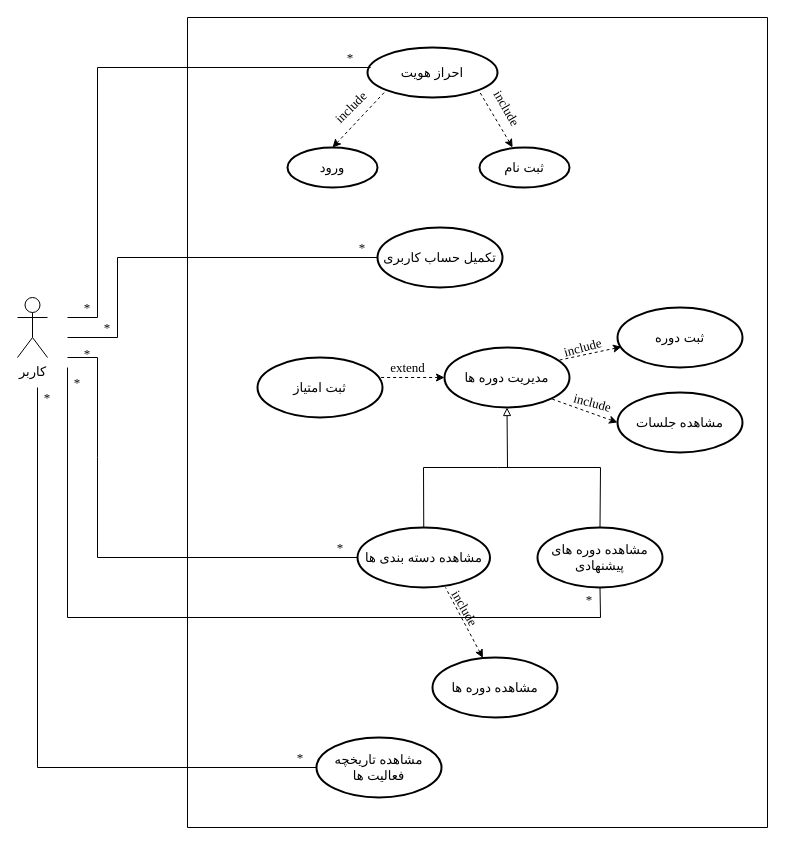
Earlier version of the draw.io diagram Docs./Usecase.drawio (ShadiMe-flutter/Workout). Source tidied: cells renumbered, new cells numbered last; positions are measured from the earlier drawing's top-left corner, leaving out a move shared by most shapes. Both pictures are drawn from the tidied source at 100%, with x=0, y=0 at pixel (17, 17).
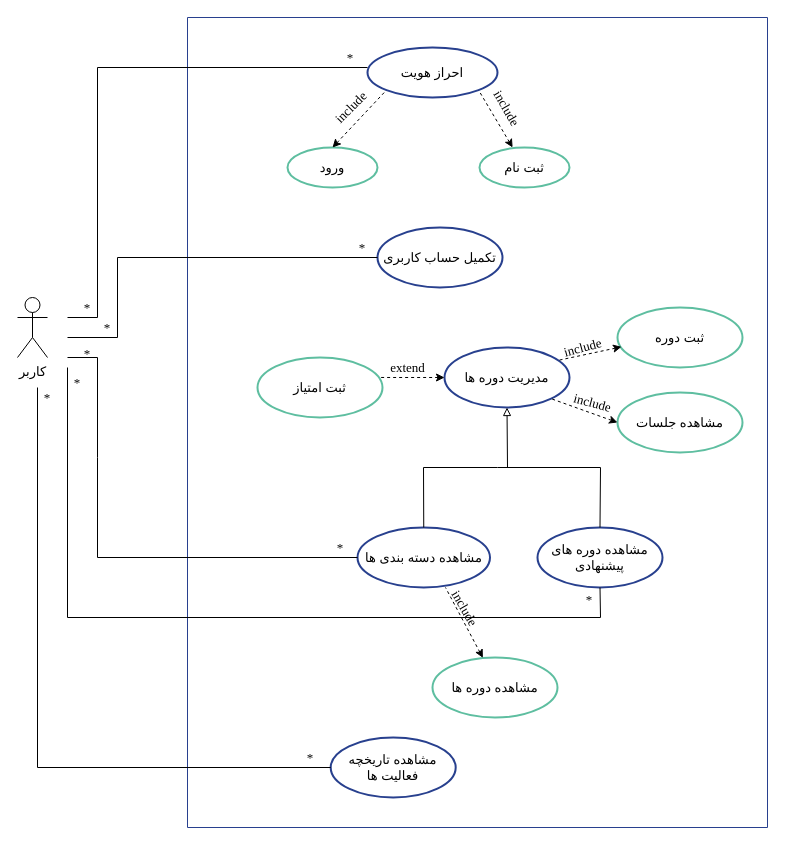
After the change.

The change refers to these unchanged cells:
```xml
<mxCell id="13" value="&lt;font style=&quot;font-size: 13px&quot; face=&quot;Times New Roman&quot;&gt;*&lt;/font&gt;" style="text;html=1;strokeColor=none;fillColor=none;align=center;verticalAlign=middle;whiteSpace=wrap;rounded=0;" parent="1" vertex="1">
  <mxGeometry x="313.2" y="30" width="40" height="20" as="geometry" />
</mxCell>
<mxCell id="14" value="&lt;font style=&quot;font-size: 13px&quot; face=&quot;Times New Roman&quot;&gt;*&lt;/font&gt;" style="text;html=1;strokeColor=none;fillColor=none;align=center;verticalAlign=middle;whiteSpace=wrap;rounded=0;" parent="1" vertex="1">
  <mxGeometry x="50" y="280" width="40" height="20" as="geometry" />
</mxCell>
```

Diff of the diagram source:
```diff
@@
-    <mxCell id="3" style="verticalLabelPosition=bottom;verticalAlign=top;html=1;shape=mxgraph.basic.rect;fillColor2=none;strokeWidth=1;size=20;indent=5;direction=south;" parent="1" vertex="1">
+    <mxCell id="3" style="verticalLabelPosition=bottom;verticalAlign=top;html=1;shape=mxgraph.basic.rect;fillColor2=none;strokeWidth=1;size=20;indent=5;direction=south;strokeColor=#28408E;" parent="1" vertex="1">
       <mxGeometry x="170" width="580" height="810" as="geometry" />
     </mxCell>
-    <mxCell id="4" value="&lt;font face=&quot;B Zar&quot; style=&quot;font-size: 13px&quot;&gt;احراز هویت&lt;/font&gt;" style="strokeWidth=2;html=1;shape=mxgraph.flowchart.start_1;whiteSpace=wrap;fillColor=#FFFFFF;" parent="1" vertex="1">
+    <mxCell id="4" value="&lt;font face=&quot;B Zar&quot; style=&quot;font-size: 13px&quot;&gt;احراز هویت&lt;/font&gt;" style="strokeWidth=2;html=1;shape=mxgraph.flowchart.start_1;whiteSpace=wrap;fillColor=#FFFFFF;strokeColor=#28408E;" parent="1" vertex="1">
       <mxGeometry x="350" y="30" width="130" height="50" as="geometry" />
     </mxCell>
-    <mxCell id="5" value="&lt;font face=&quot;B Zar&quot; style=&quot;font-size: 13px&quot;&gt;ورود&lt;/font&gt;" style="strokeWidth=2;html=1;shape=mxgraph.flowchart.start_1;whiteSpace=wrap;" parent="1" vertex="1">
+    <mxCell id="5" value="&lt;font face=&quot;B Zar&quot; style=&quot;font-size: 13px&quot;&gt;ورود&lt;/font&gt;" style="strokeWidth=2;html=1;shape=mxgraph.flowchart.start_1;whiteSpace=wrap;strokeColor=#5EBEA0;" parent="1" vertex="1">
       <mxGeometry x="270" y="130" width="90" height="40" as="geometry" />
     </mxCell>
-    <mxCell id="6" value="&lt;font face=&quot;B Zar&quot; style=&quot;font-size: 13px&quot;&gt;ثبت نام&lt;/font&gt;" style="strokeWidth=2;html=1;shape=mxgraph.flowchart.start_1;whiteSpace=wrap;" parent="1" vertex="1">
+    <mxCell id="6" value="&lt;font face=&quot;B Zar&quot; style=&quot;font-size: 13px&quot;&gt;ثبت نام&lt;/font&gt;" style="strokeWidth=2;html=1;shape=mxgraph.flowchart.start_1;whiteSpace=wrap;strokeColor=#5EBEA0;" parent="1" vertex="1">
       <mxGeometry x="462" y="130" width="90" height="40" as="geometry" />
     </mxCell>
@@
-    <mxCell id="11" value="&lt;font face=&quot;B Zar&quot; style=&quot;font-size: 13px&quot;&gt;مشاهده دسته بندی ها&lt;/font&gt;" style="strokeWidth=2;html=1;shape=mxgraph.flowchart.start_1;whiteSpace=wrap;" parent="1" vertex="1">
+    <mxCell id="11" value="&lt;font face=&quot;B Zar&quot; style=&quot;font-size: 13px&quot;&gt;مشاهده دسته بندی ها&lt;/font&gt;" style="strokeWidth=2;html=1;shape=mxgraph.flowchart.start_1;whiteSpace=wrap;strokeColor=#28408E;" parent="1" vertex="1">
       <mxGeometry x="340" y="510" width="132.5" height="60" as="geometry" />
     </mxCell>
-    <mxCell id="12" value="&lt;font face=&quot;B Zar&quot; style=&quot;font-size: 13px&quot;&gt;تکمیل حساب کاربری&lt;/font&gt;" style="strokeWidth=2;html=1;shape=mxgraph.flowchart.start_1;whiteSpace=wrap;" parent="1" vertex="1">
+    <mxCell id="12" value="&lt;font face=&quot;B Zar&quot; style=&quot;font-size: 13px&quot;&gt;تکمیل حساب کاربری&lt;/font&gt;" style="strokeWidth=2;html=1;shape=mxgraph.flowchart.start_1;whiteSpace=wrap;strokeColor=#28408E;" parent="1" vertex="1">
       <mxGeometry x="360" y="210" width="125" height="60" as="geometry" />
     </mxCell>
@@
-    <mxCell id="17" value="&lt;font face=&quot;B Zar&quot; style=&quot;font-size: 13px&quot;&gt;ثبت امتیاز&lt;/font&gt;" style="strokeWidth=2;html=1;shape=mxgraph.flowchart.start_1;whiteSpace=wrap;" parent="1" vertex="1">
+    <mxCell id="17" value="&lt;font face=&quot;B Zar&quot; style=&quot;font-size: 13px&quot;&gt;ثبت امتیاز&lt;/font&gt;" style="strokeWidth=2;html=1;shape=mxgraph.flowchart.start_1;whiteSpace=wrap;strokeColor=#5EBEA0;" parent="1" vertex="1">
       <mxGeometry x="240" y="340" width="125" height="60" as="geometry" />
     </mxCell>
-    <mxCell id="18" value="&lt;font face=&quot;B Zar&quot; style=&quot;font-size: 13px&quot;&gt;مدیریت دوره ها&lt;/font&gt;" style="strokeWidth=2;html=1;shape=mxgraph.flowchart.start_1;whiteSpace=wrap;" parent="1" vertex="1">
+    <mxCell id="18" value="&lt;font face=&quot;B Zar&quot; style=&quot;font-size: 13px&quot;&gt;مدیریت دوره ها&lt;/font&gt;" style="strokeWidth=2;html=1;shape=mxgraph.flowchart.start_1;whiteSpace=wrap;strokeColor=#28408E;" parent="1" vertex="1">
       <mxGeometry x="427" y="330" width="125" height="60" as="geometry" />
     </mxCell>
-    <mxCell id="19" value="&lt;font face=&quot;B Zar&quot; style=&quot;font-size: 13px&quot;&gt;ثبت دوره&lt;/font&gt;" style="strokeWidth=2;html=1;shape=mxgraph.flowchart.start_1;whiteSpace=wrap;" parent="1" vertex="1">
+    <mxCell id="19" value="&lt;font face=&quot;B Zar&quot; style=&quot;font-size: 13px&quot;&gt;ثبت دوره&lt;/font&gt;" style="strokeWidth=2;html=1;shape=mxgraph.flowchart.start_1;whiteSpace=wrap;strokeColor=#5EBEA0;" parent="1" vertex="1">
       <mxGeometry x="600" y="290" width="125" height="60" as="geometry" />
     </mxCell>
-    <mxCell id="20" value="&lt;font face=&quot;B Zar&quot; style=&quot;font-size: 13px&quot;&gt;مشاهده جلسات&lt;/font&gt;" style="strokeWidth=2;html=1;shape=mxgraph.flowchart.start_1;whiteSpace=wrap;" parent="1" vertex="1">
+    <mxCell id="20" value="&lt;font face=&quot;B Zar&quot; style=&quot;font-size: 13px&quot;&gt;مشاهده جلسات&lt;/font&gt;" style="strokeWidth=2;html=1;shape=mxgraph.flowchart.start_1;whiteSpace=wrap;strokeColor=#5EBEA0;" parent="1" vertex="1">
       <mxGeometry x="600" y="375" width="125" height="60" as="geometry" />
     </mxCell>
-    <mxCell id="21" value="&lt;font style=&quot;font-size: 13px&quot; face=&quot;B Zar&quot;&gt;مشاهده دوره های پیشنهادی&lt;/font&gt;" style="strokeWidth=2;html=1;shape=mxgraph.flowchart.start_1;whiteSpace=wrap;" parent="1" vertex="1">
+    <mxCell id="21" value="&lt;font style=&quot;font-size: 13px&quot; face=&quot;B Zar&quot;&gt;مشاهده دوره های پیشنهادی&lt;/font&gt;" style="strokeWidth=2;html=1;shape=mxgraph.flowchart.start_1;whiteSpace=wrap;strokeColor=#28408E;" parent="1" vertex="1">
       <mxGeometry x="520" y="510" width="125" height="60" as="geometry" />
     </mxCell>
-    <mxCell id="22" value="&lt;font face=&quot;B Zar&quot; style=&quot;font-size: 13px&quot;&gt;مشاهده دوره ها&lt;/font&gt;" style="strokeWidth=2;html=1;shape=mxgraph.flowchart.start_1;whiteSpace=wrap;" parent="1" vertex="1">
+    <mxCell id="22" value="&lt;font face=&quot;B Zar&quot; style=&quot;font-size: 13px&quot;&gt;مشاهده دوره ها&lt;/font&gt;" style="strokeWidth=2;html=1;shape=mxgraph.flowchart.start_1;whiteSpace=wrap;strokeColor=#5EBEA0;" parent="1" vertex="1">
       <mxGeometry x="415" y="640" width="125" height="60" as="geometry" />
     </mxCell>
-    <mxCell id="23" value="&lt;font face=&quot;B Zar&quot; style=&quot;font-size: 13px&quot;&gt;مشاهده تاریخچه فعالیت ها&lt;/font&gt;" style="strokeWidth=2;html=1;shape=mxgraph.flowchart.start_1;whiteSpace=wrap;" parent="1" vertex="1">
-      <mxGeometry x="299" y="720" width="125" height="60" as="geometry" />
+    <mxCell id="23" value="&lt;font face=&quot;B Zar&quot; style=&quot;font-size: 13px&quot;&gt;مشاهده تاریخچه فعالیت ها&lt;/font&gt;" style="strokeWidth=2;html=1;shape=mxgraph.flowchart.start_1;whiteSpace=wrap;strokeColor=#28408E;" parent="1" vertex="1">
+      <mxGeometry x="313.2" y="720" width="125" height="60" as="geometry" />
     </mxCell>
@@
-    <mxCell id="31" style="endArrow=none;html=1;rounded=0;exitX=0;exitY=1;exitDx=0;exitDy=0;entryX=1;entryY=1;entryDx=0;entryDy=0;" parent="1" edge="1" source="14" target="13">
+    <mxCell id="31" style="endArrow=none;html=1;rounded=0;exitX=0;exitY=1;exitDx=0;exitDy=0;" parent="1" edge="1" source="14">
       <mxGeometry relative="1" as="geometry">
+        <mxPoint x="350" y="50" as="targetPoint" />
         <Array as="points">
           <mxPoint x="80" y="300" />
           <mxPoint x="80" y="50" />
         </Array>
       </mxGeometry>
     </mxCell>
@@
     <mxCell id="44" value="&lt;font style=&quot;font-size: 13px&quot; face=&quot;Times New Roman&quot;&gt;*&lt;/font&gt;" style="text;html=1;strokeColor=none;fillColor=none;align=center;verticalAlign=middle;whiteSpace=wrap;rounded=0;" parent="1" vertex="1">
-      <mxGeometry x="263.2" y="730" width="40" height="20" as="geometry" />
+      <mxGeometry x="273.2" y="730" width="40" height="20" as="geometry" />
     </mxCell>
```
